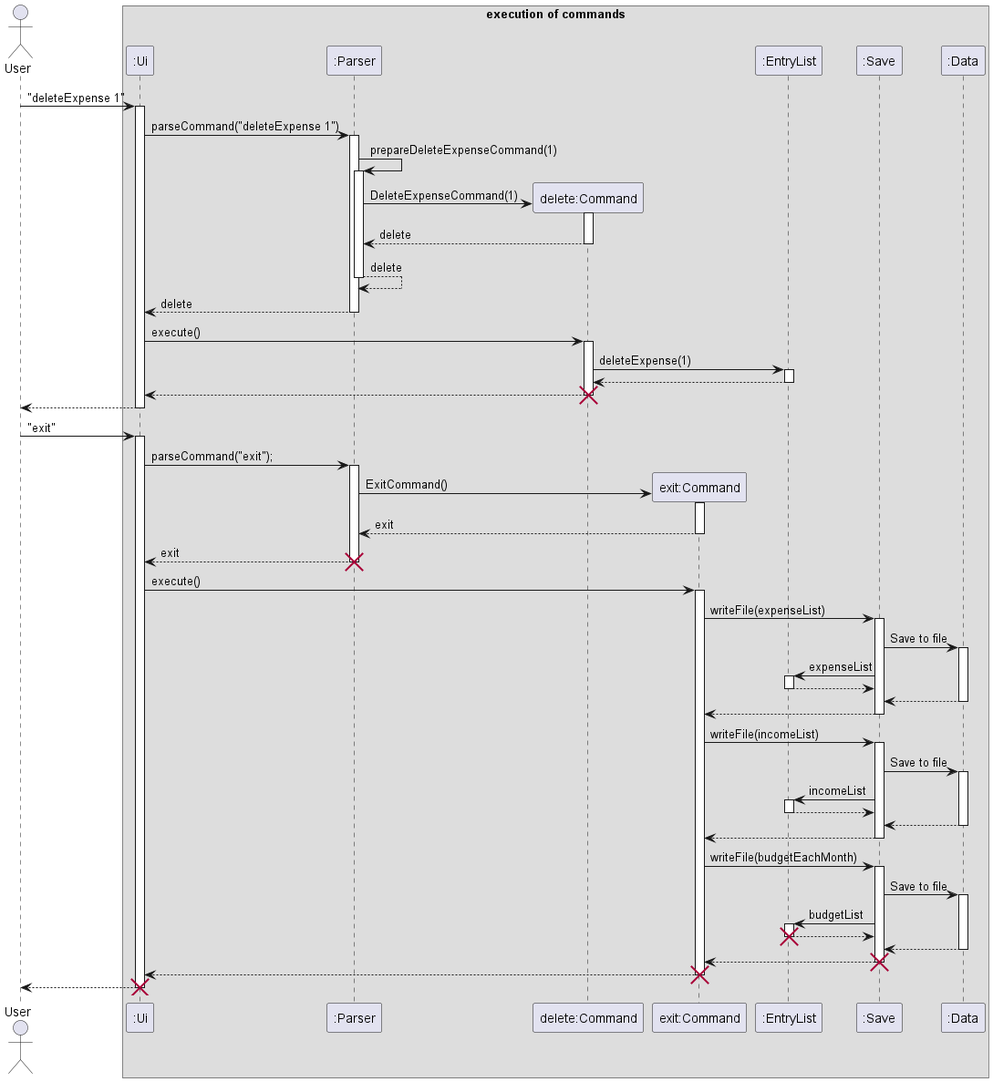
Before: docs/images/DeleteCommandSequenceDiagram.png, a diagram exported from PlantUML (nus-cs2113-AY2223S2/tp).
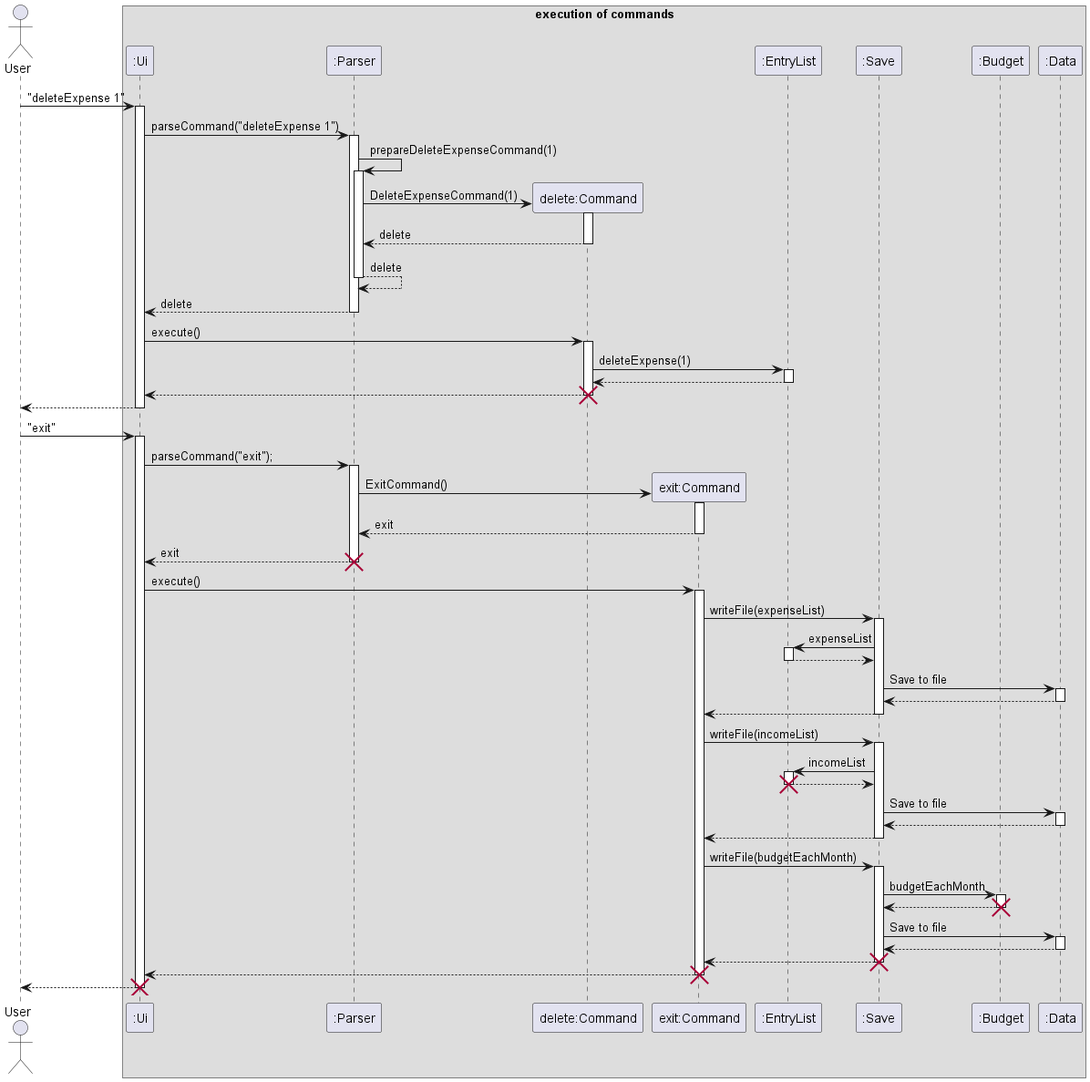
Above is the later version.

Diff of the diagram source:
```diff
@@ -8,6 +8,7 @@
 Participant "exit:Command" as exitCommand
 Participant ":EntryList" as entryList
 Participant ":Save" as save
+Participant ":Budget" as budget
 Participant ":Data" as data
 end box
 
@@ -77,12 +78,12 @@
 exitCommand -> save : writeFile(expenseList)
 activate save
 
-save -> data : Save to file
-activate data
 save -> entryList : expenseList
 activate entryList
 entryList --> save
 deactivate entryList
+save -> data : Save to file
+activate data
 data --> save
 deactivate data
 
@@ -92,12 +93,14 @@
 exitCommand -> save : writeFile(incomeList)
 activate save
 
-save -> data : Save to file
-activate data
+
 save -> entryList : incomeList
 activate entryList
 entryList --> save
 deactivate entryList
+destroy entryList
+save -> data : Save to file
+activate data
 data --> save
 deactivate data
 
@@ -107,13 +110,14 @@
 exitCommand -> save : writeFile(budgetEachMonth)
 activate save
 
+
+save -> budget : budgetEachMonth
+activate budget
+budget --> save
+deactivate budget
+destroy budget
 save -> data : Save to file
 activate data
-save -> entryList : budgetList
-activate entryList
-entryList --> save
-deactivate entryList
-destroy entryList
 data --> save
 deactivate data
 
```
